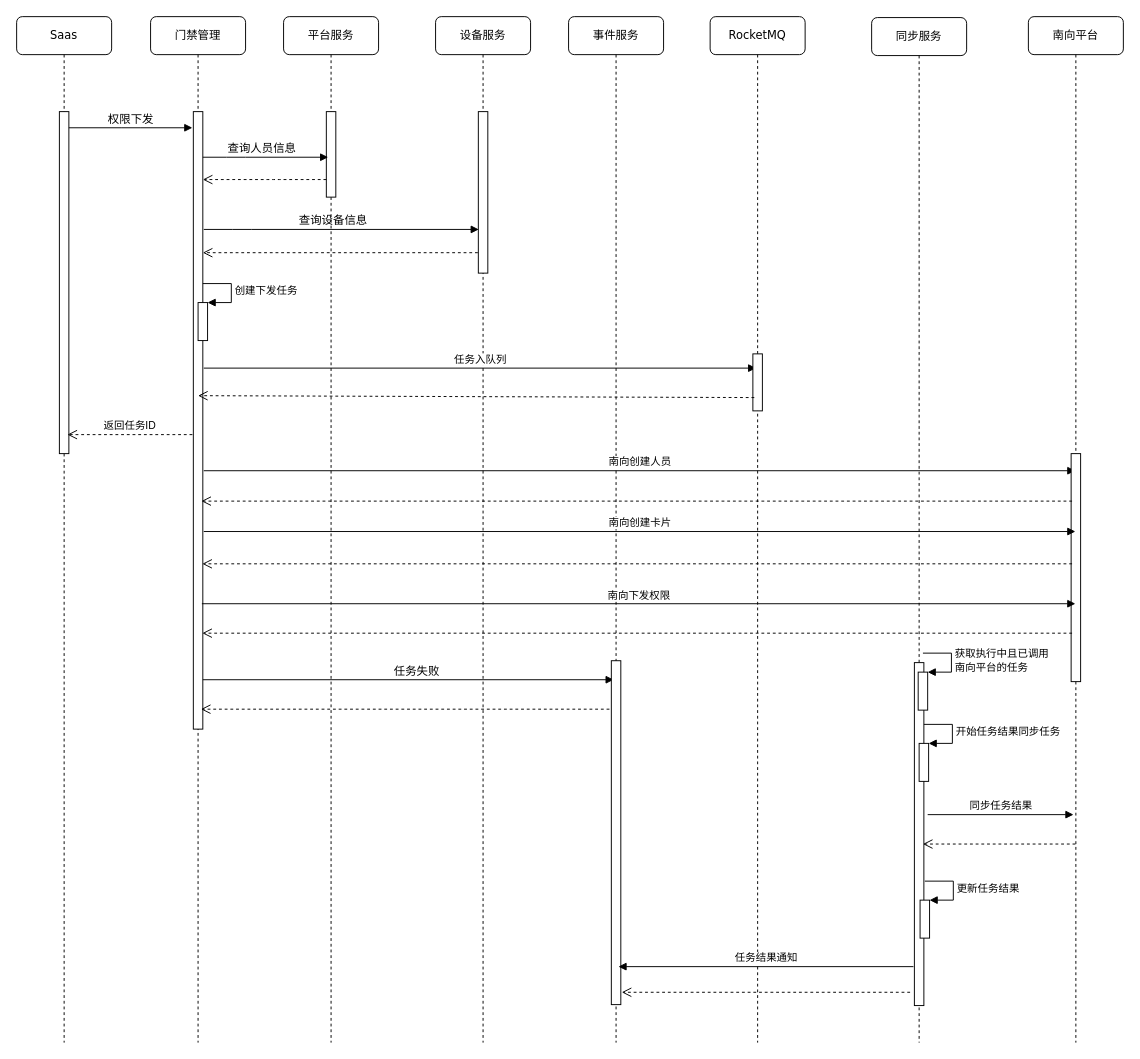
The draw.io diagram ICC-权限下发.drawio in HughRudolf/Drawio, before the edit. Source tidied: cells renumbered, new cells numbered last; positions are measured from the earlier drawing's top-left corner, leaving out a move shared by most shapes. Both pictures are drawn from the tidied source at 95%, with x=0, y=0 at pixel (16, 16).
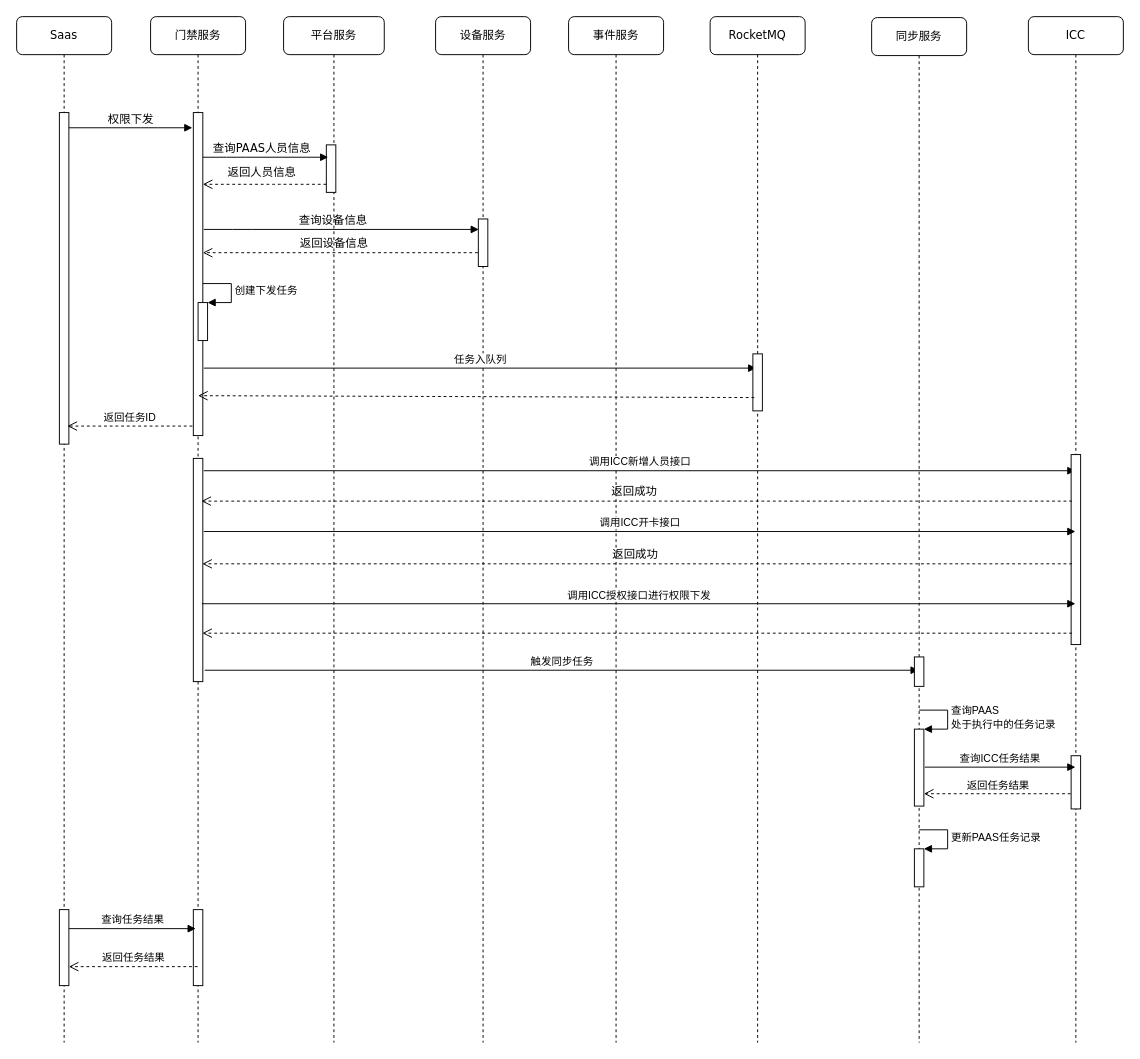
Above is the later version.

Commit message:
更新ICC-权限下发.drawio

The change refers to these unchanged cells:
```xml
<mxCell id="4" value="设备服务" style="shape=umlLifeline;perimeter=lifelinePerimeter;whiteSpace=wrap;html=1;rounded=1;shadow=0;comic=0;labelBackgroundColor=none;strokeWidth=1;fontFamily=Verdana;fontSize=12;align=center;" parent="1" vertex="1">
  <mxGeometry x="441" width="100" height="1080" as="geometry" />
</mxCell>
<mxCell id="15" value="Saas" style="shape=umlLifeline;perimeter=lifelinePerimeter;whiteSpace=wrap;html=1;rounded=1;shadow=0;comic=0;labelBackgroundColor=none;strokeWidth=1;fontFamily=Verdana;fontSize=12;align=center;" parent="1" vertex="1">
  <mxGeometry width="100" height="1080" as="geometry" />
</mxCell>
<mxCell id="36" value="同步服务" style="shape=umlLifeline;perimeter=lifelinePerimeter;whiteSpace=wrap;html=1;outlineConnect=0;rounded=1;shadow=0;comic=0;labelBackgroundColor=none;strokeWidth=1;fontFamily=Verdana;fontSize=12;align=center;" parent="1" vertex="1">
  <mxGeometry x="900" y="1" width="100" height="1079" as="geometry" />
</mxCell>
```

What changed in the source:
```diff
@@
     <mxCell id="2" value="平台服务" style="shape=umlLifeline;perimeter=lifelinePerimeter;whiteSpace=wrap;html=1;rounded=1;shadow=0;comic=0;labelBackgroundColor=none;strokeWidth=1;fontFamily=Verdana;fontSize=12;align=center;" parent="1" vertex="1">
-      <mxGeometry x="281" width="100" height="1080" as="geometry" />
+      <mxGeometry x="281" width="106" height="1080" as="geometry" />
     </mxCell>
     <mxCell id="3" style="html=1;perimeter=orthogonalPerimeter;rounded=0;shadow=0;comic=0;labelBackgroundColor=none;strokeWidth=1;fontFamily=Verdana;fontSize=12;align=center;" parent="2" vertex="1">
-      <mxGeometry x="45" y="100" width="10" height="90" as="geometry" />
+      <mxGeometry x="45" y="135" width="10" height="50" as="geometry" />
     </mxCell>
@@
     <mxCell id="5" style="html=1;perimeter=orthogonalPerimeter;rounded=0;shadow=0;comic=0;labelBackgroundColor=none;strokeWidth=1;fontFamily=Verdana;fontSize=12;align=center;" parent="4" vertex="1">
-      <mxGeometry x="45" y="100" width="10" height="170" as="geometry" />
+      <mxGeometry x="45" y="213" width="10" height="50" as="geometry" />
     </mxCell>
@@
-    <mxCell id="7" value="门禁管理" style="shape=umlLifeline;perimeter=lifelinePerimeter;whiteSpace=wrap;html=1;outlineConnect=0;rounded=1;shadow=0;comic=0;labelBackgroundColor=none;strokeWidth=1;fontFamily=Verdana;fontSize=12;align=center;" parent="1" vertex="1">
+    <mxCell id="7" value="门禁服务" style="shape=umlLifeline;perimeter=lifelinePerimeter;whiteSpace=wrap;html=1;outlineConnect=0;rounded=1;shadow=0;comic=0;labelBackgroundColor=none;strokeWidth=1;fontFamily=Verdana;fontSize=12;align=center;" parent="1" vertex="1">
       <mxGeometry x="141" width="100" height="1080" as="geometry" />
     </mxCell>
     <mxCell id="8" style="html=1;perimeter=orthogonalPerimeter;rounded=0;shadow=0;comic=0;labelBackgroundColor=none;strokeWidth=1;fontFamily=Verdana;fontSize=12;align=center;" parent="7" vertex="1">
-      <mxGeometry x="45" y="100" width="10" height="650" as="geometry" />
+      <mxGeometry x="45" y="101" width="10" height="340" as="geometry" />
     </mxCell>
@@
-    <mxCell id="12" value="南向创建人员" style="html=1;verticalAlign=bottom;endArrow=block;rounded=0;" parent="7" edge="1" target="26">
+    <mxCell id="12" value="调用ICC新增人员接口" style="html=1;verticalAlign=bottom;endArrow=block;rounded=0;" parent="7" edge="1" target="26">
       <mxGeometry relative="1" as="geometry">
         <mxPoint x="56" y="478" as="sourcePoint" />
       </mxGeometry>
     </mxCell>
-    <mxCell id="13" style="html=1;verticalAlign=bottom;endArrow=block;rounded=0;" parent="7" edge="1">
-      <mxGeometry relative="1" as="geometry">
-        <mxPoint x="55" y="698" as="sourcePoint" />
-        <mxPoint x="487.5" y="698" as="targetPoint" />
-      </mxGeometry>
-    </mxCell>
-    <mxCell id="14" style="html=1;perimeter=orthogonalPerimeter;rounded=0;shadow=0;comic=0;labelBackgroundColor=none;strokeWidth=1;fontFamily=Verdana;fontSize=12;align=center;" parent="1" vertex="1">
-      <mxGeometry x="626" y="678" width="10" height="362" as="geometry" />
-    </mxCell>
+    <mxCell id="49" style="html=1;perimeter=orthogonalPerimeter;" parent="7" vertex="1">
+      <mxGeometry x="45" y="465" width="10" height="235" as="geometry" />
+    </mxCell>
+    <mxCell id="50" value="触发同步任务" style="html=1;verticalAlign=bottom;endArrow=block;rounded=0;" parent="7" edge="1" target="36">
+      <mxGeometry relative="1" as="geometry">
+        <mxPoint x="57" y="688" as="sourcePoint" />
+      </mxGeometry>
+    </mxCell>
+    <mxCell id="51" style="html=1;perimeter=orthogonalPerimeter;" parent="7" vertex="1">
+      <mxGeometry x="45" y="940" width="10" height="80" as="geometry" />
+    </mxCell>
@@
     <mxCell id="16" style="html=1;perimeter=orthogonalPerimeter;rounded=0;shadow=0;comic=0;labelBackgroundColor=none;strokeWidth=1;fontFamily=Verdana;fontSize=12;align=center;" parent="15" vertex="1">
-      <mxGeometry x="45" y="100" width="10" height="360" as="geometry" />
+      <mxGeometry x="45" y="101" width="10" height="349" as="geometry" />
     </mxCell>
@@
+    <mxCell id="52" style="html=1;perimeter=orthogonalPerimeter;" parent="15" vertex="1">
+      <mxGeometry x="45" y="940" width="10" height="80" as="geometry" />
+    </mxCell>
+    <mxCell id="53" value="查询任务结果" style="html=1;verticalAlign=bottom;endArrow=block;rounded=0;" parent="15" edge="1">
+      <mxGeometry relative="1" as="geometry">
+        <mxPoint x="55" y="960" as="sourcePoint" />
+        <mxPoint x="188.5" y="960" as="targetPoint" />
+      </mxGeometry>
+    </mxCell>
+    <mxCell id="54" value="返回任务结果" style="html=1;verticalAlign=bottom;endArrow=open;dashed=1;endSize=8;rounded=0;" parent="15" edge="1" source="7">
+      <mxGeometry relative="1" as="geometry">
+        <mxPoint x="55" y="1000" as="targetPoint" />
+      </mxGeometry>
+    </mxCell>
-    <mxCell id="18" value="查询人员信息" style="html=1;verticalAlign=bottom;endArrow=block;labelBackgroundColor=none;fontFamily=Verdana;fontSize=12;edgeStyle=elbowEdgeStyle;elbow=vertical;" parent="1" edge="1">
+    <mxCell id="18" value="查询PAAS人员信息" style="html=1;verticalAlign=bottom;endArrow=block;labelBackgroundColor=none;fontFamily=Verdana;fontSize=12;edgeStyle=elbowEdgeStyle;elbow=vertical;" parent="1" edge="1">
       <mxGeometry x="-0.06" relative="1" as="geometry">
         <mxPoint x="196" y="148" as="sourcePoint" />
         <mxPoint x="328" y="148" as="targetPoint" />
         <Array as="points">
           <mxPoint x="231" y="148" />
         </Array>
       </mxGeometry>
     </mxCell>
@@
     <mxCell id="21" style="html=1;verticalAlign=bottom;endArrow=open;dashed=1;endSize=8;labelBackgroundColor=none;fontFamily=Verdana;fontSize=12;edgeStyle=elbowEdgeStyle;elbow=vertical;" parent="1" edge="1">
       <mxGeometry relative="1" as="geometry">
-        <mxPoint x="326" y="171.5" as="sourcePoint" />
-        <mxPoint x="196" y="171.5" as="targetPoint" />
+        <mxPoint x="326" y="176.5" as="sourcePoint" />
+        <mxPoint x="196" y="176.5" as="targetPoint" />
         <Array as="points">
-          <mxPoint x="271" y="171.5" />
-          <mxPoint x="301" y="171.5" />
+          <mxPoint x="271" y="176.5" />
+          <mxPoint x="301" y="176.5" />
         </Array>
       </mxGeometry>
     </mxCell>
@@
     <mxCell id="25" value="返回任务ID" style="html=1;verticalAlign=bottom;endArrow=open;dashed=1;endSize=8;rounded=0;" parent="1" edge="1">
       <mxGeometry relative="1" as="geometry">
-        <mxPoint x="185" y="440" as="sourcePoint" />
-        <mxPoint x="53.5" y="440" as="targetPoint" />
+        <mxPoint x="185" y="431" as="sourcePoint" />
+        <mxPoint x="53.5" y="431" as="targetPoint" />
       </mxGeometry>
     </mxCell>
-    <mxCell id="26" value="南向平台" style="shape=umlLifeline;perimeter=lifelinePerimeter;whiteSpace=wrap;html=1;outlineConnect=0;rounded=1;shadow=0;comic=0;labelBackgroundColor=none;strokeWidth=1;fontFamily=Verdana;fontSize=12;align=center;" parent="1" vertex="1">
+    <mxCell id="26" value="ICC" style="shape=umlLifeline;perimeter=lifelinePerimeter;whiteSpace=wrap;html=1;outlineConnect=0;rounded=1;shadow=0;comic=0;labelBackgroundColor=none;strokeWidth=1;fontFamily=Verdana;fontSize=12;align=center;" parent="1" vertex="1">
       <mxGeometry x="1065" width="100" height="1080" as="geometry" />
     </mxCell>
@@
     <mxCell id="28" style="html=1;perimeter=orthogonalPerimeter;rounded=0;shadow=0;comic=0;labelBackgroundColor=none;strokeWidth=1;fontFamily=Verdana;fontSize=12;align=center;" parent="26" vertex="1">
-      <mxGeometry x="45" y="460" width="10" height="240" as="geometry" />
+      <mxGeometry x="45" y="461" width="10" height="200" as="geometry" />
     </mxCell>
+    <mxCell id="41" style="html=1;points=[];perimeter=orthogonalPerimeter;" parent="26" vertex="1">
+      <mxGeometry x="45" y="778" width="10" height="56" as="geometry" />
+    </mxCell>
@@
-    <mxCell id="30" value="南向创建卡片" style="html=1;verticalAlign=bottom;endArrow=block;rounded=0;" parent="1" edge="1" target="26">
+    <mxCell id="30" value="调用ICC开卡接口" style="html=1;verticalAlign=bottom;endArrow=block;rounded=0;" parent="1" edge="1" target="26">
       <mxGeometry relative="1" as="geometry">
         <mxPoint x="197" y="542" as="sourcePoint" />
       </mxGeometry>
     </mxCell>
@@
-    <mxCell id="32" value="南向下发权限" style="html=1;verticalAlign=bottom;endArrow=block;rounded=0;" parent="1" edge="1" target="26">
+    <mxCell id="32" value="调用ICC授权接口进行权限下发" style="html=1;verticalAlign=bottom;endArrow=block;rounded=0;" parent="1" edge="1" target="26">
       <mxGeometry relative="1" as="geometry">
         <mxPoint x="195" y="618" as="sourcePoint" />
       </mxGeometry>
     </mxCell>
@@
-    <mxCell id="34" value="任务失败" style="text;html=1;align=center;verticalAlign=middle;strokeColor=none;fillColor=none;" parent="1" vertex="1">
-      <mxGeometry x="391" y="680" width="60" height="20" as="geometry" />
-    </mxCell>
-    <mxCell id="35" style="html=1;verticalAlign=bottom;endArrow=open;dashed=1;endSize=8;rounded=0;" parent="1" edge="1">
-      <mxGeometry relative="1" as="geometry">
-        <mxPoint x="624" y="729" as="sourcePoint" />
-        <mxPoint x="194" y="729" as="targetPoint" />
-      </mxGeometry>
-    </mxCell>
@@
-    <mxCell id="38" style="html=1;points=[];perimeter=orthogonalPerimeter;rounded=0;shadow=0;comic=0;labelBackgroundColor=none;strokeWidth=1;fontFamily=Verdana;fontSize=12;align=center;" parent="36" vertex="1">
-      <mxGeometry x="45" y="679" width="10" height="361" as="geometry" />
-    </mxCell>
     <mxCell id="39" style="html=1;points=[];perimeter=orthogonalPerimeter;" parent="36" vertex="1">
-      <mxGeometry x="49" y="689" width="10" height="40" as="geometry" />
+      <mxGeometry x="45" y="749" width="10" height="81" as="geometry" />
     </mxCell>
-    <mxCell id="40" value="获取执行中且已调用&lt;br&gt;南向平台的任务" style="edgeStyle=orthogonalEdgeStyle;html=1;align=left;spacingLeft=2;endArrow=block;rounded=0;entryX=1;entryY=0;" parent="36" edge="1" target="39">
+    <mxCell id="40" value="查询PAAS&lt;br&gt;处于执行中的任务记录" style="edgeStyle=orthogonalEdgeStyle;html=1;align=left;spacingLeft=2;endArrow=block;rounded=0;entryX=1;entryY=0;" parent="36" edge="1" target="39">
       <mxGeometry relative="1" as="geometry">
-        <mxPoint x="54" y="669" as="sourcePoint" />
+        <mxPoint x="50" y="729" as="sourcePoint" />
         <Array as="points">
-          <mxPoint x="84" y="669" />
+          <mxPoint x="80" y="729" />
         </Array>
       </mxGeometry>
     </mxCell>
-    <mxCell id="41" style="html=1;points=[];perimeter=orthogonalPerimeter;" parent="36" vertex="1">
-      <mxGeometry x="50" y="764" width="10" height="40" as="geometry" />
-    </mxCell>
-    <mxCell id="42" value="开始任务结果同步任务" style="edgeStyle=orthogonalEdgeStyle;html=1;align=left;spacingLeft=2;endArrow=block;rounded=0;entryX=1;entryY=0;" parent="36" edge="1" target="41">
-      <mxGeometry relative="1" as="geometry">
-        <mxPoint x="55" y="744" as="sourcePoint" />
-        <Array as="points">
-          <mxPoint x="85" y="744" />
-        </Array>
-      </mxGeometry>
-    </mxCell>
-    <mxCell id="43" value="同步任务结果" style="html=1;verticalAlign=bottom;endArrow=block;rounded=0;" parent="36" edge="1">
-      <mxGeometry relative="1" as="geometry">
-        <mxPoint x="59" y="839" as="sourcePoint" />
-        <mxPoint x="212.5" y="839" as="targetPoint" />
-      </mxGeometry>
-    </mxCell>
-    <mxCell id="44" style="html=1;points=[];perimeter=orthogonalPerimeter;" parent="36" vertex="1">
-      <mxGeometry x="51" y="929" width="10" height="40" as="geometry" />
-    </mxCell>
-    <mxCell id="45" value="更新任务结果" style="edgeStyle=orthogonalEdgeStyle;html=1;align=left;spacingLeft=2;endArrow=block;rounded=0;entryX=1;entryY=0;" parent="36" edge="1" target="44">
-      <mxGeometry relative="1" as="geometry">
-        <mxPoint x="56" y="909" as="sourcePoint" />
-        <Array as="points">
-          <mxPoint x="86" y="909" />
-        </Array>
-      </mxGeometry>
-    </mxCell>
-    <mxCell id="46" style="html=1;verticalAlign=bottom;endArrow=open;dashed=1;endSize=8;rounded=0;entryX=0.9;entryY=0.529;entryDx=0;entryDy=0;entryPerimeter=0;" parent="1" edge="1" source="26" target="38">
-      <mxGeometry relative="1" as="geometry" />
-    </mxCell>
-    <mxCell id="47" style="html=1;verticalAlign=bottom;endArrow=open;dashed=1;endSize=8;rounded=0;" parent="1" edge="1">
-      <mxGeometry relative="1" as="geometry">
-        <mxPoint x="940.5" y="1027" as="sourcePoint" />
-        <mxPoint x="637" y="1027" as="targetPoint" />
-      </mxGeometry>
-    </mxCell>
-    <mxCell id="48" value="任务结果通知" style="html=1;verticalAlign=bottom;endArrow=block;rounded=0;" parent="1" edge="1">
-      <mxGeometry relative="1" as="geometry">
-        <mxPoint x="944" y="1000" as="sourcePoint" />
-        <mxPoint x="633.5" y="1000" as="targetPoint" />
-      </mxGeometry>
-    </mxCell>
+    <mxCell id="55" value="查询ICC任务结果" style="html=1;verticalAlign=bottom;endArrow=block;rounded=0;" parent="36" edge="1">
+      <mxGeometry relative="1" as="geometry">
+        <mxPoint x="56" y="789" as="sourcePoint" />
+        <mxPoint x="214.5" y="789" as="targetPoint" />
+      </mxGeometry>
+    </mxCell>
+    <mxCell id="56" style="html=1;perimeter=orthogonalPerimeter;" parent="36" vertex="1">
+      <mxGeometry x="45" y="673" width="10" height="31" as="geometry" />
+    </mxCell>
+    <mxCell id="57" value="返回任务结果" style="html=1;verticalAlign=bottom;endArrow=open;dashed=1;endSize=8;rounded=0;" parent="36" edge="1">
+      <mxGeometry relative="1" as="geometry">
+        <mxPoint x="209.5" y="817" as="sourcePoint" />
+        <mxPoint x="55" y="817" as="targetPoint" />
+      </mxGeometry>
+    </mxCell>
+    <mxCell id="58" style="html=1;points=[];perimeter=orthogonalPerimeter;" parent="36" vertex="1">
+      <mxGeometry x="45" y="875" width="10" height="40" as="geometry" />
+    </mxCell>
+    <mxCell id="59" value="更新PAAS任务记录" style="edgeStyle=orthogonalEdgeStyle;html=1;align=left;spacingLeft=2;endArrow=block;rounded=0;entryX=1;entryY=0;" parent="36" edge="1" target="58">
+      <mxGeometry relative="1" as="geometry">
+        <mxPoint x="50" y="855" as="sourcePoint" />
+        <Array as="points">
+          <mxPoint x="80" y="855" />
+        </Array>
+      </mxGeometry>
+    </mxCell>
+    <mxCell id="60" value="返回人员信息" style="text;html=1;align=center;verticalAlign=middle;strokeColor=none;fillColor=none;" parent="1" vertex="1">
+      <mxGeometry x="213" y="154" width="90" height="20" as="geometry" />
+    </mxCell>
+    <mxCell id="61" value="返回设备信息" style="text;html=1;align=center;verticalAlign=middle;strokeColor=none;fillColor=none;" parent="1" vertex="1">
+      <mxGeometry x="289" y="229" width="90" height="20" as="geometry" />
+    </mxCell>
+    <mxCell id="62" value="返回成功" style="text;html=1;align=center;verticalAlign=middle;strokeColor=none;fillColor=none;" parent="1" vertex="1">
+      <mxGeometry x="620" y="490" width="60" height="20" as="geometry" />
+    </mxCell>
+    <mxCell id="63" value="返回成功" style="text;html=1;align=center;verticalAlign=middle;strokeColor=none;fillColor=none;" parent="1" vertex="1">
+      <mxGeometry x="621" y="556" width="60" height="20" as="geometry" />
+    </mxCell>
```
